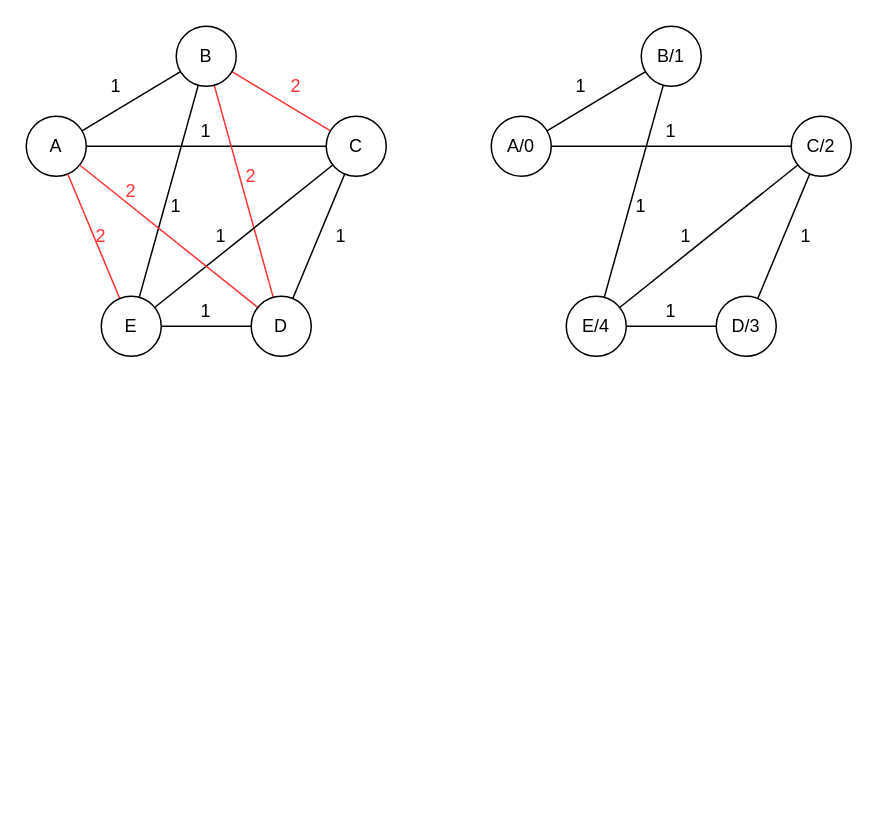
Above: schéma/graph.drawio in atarte/-Algorithmique_Avancee (draw.io), before the change. Source tidied: cells renumbered, new cells numbered last; positions are measured from the earlier drawing's top-left corner, leaving out a move shared by most shapes. Both pictures are drawn from the tidied source at 150%, with x=0, y=0 at pixel (26, 26).
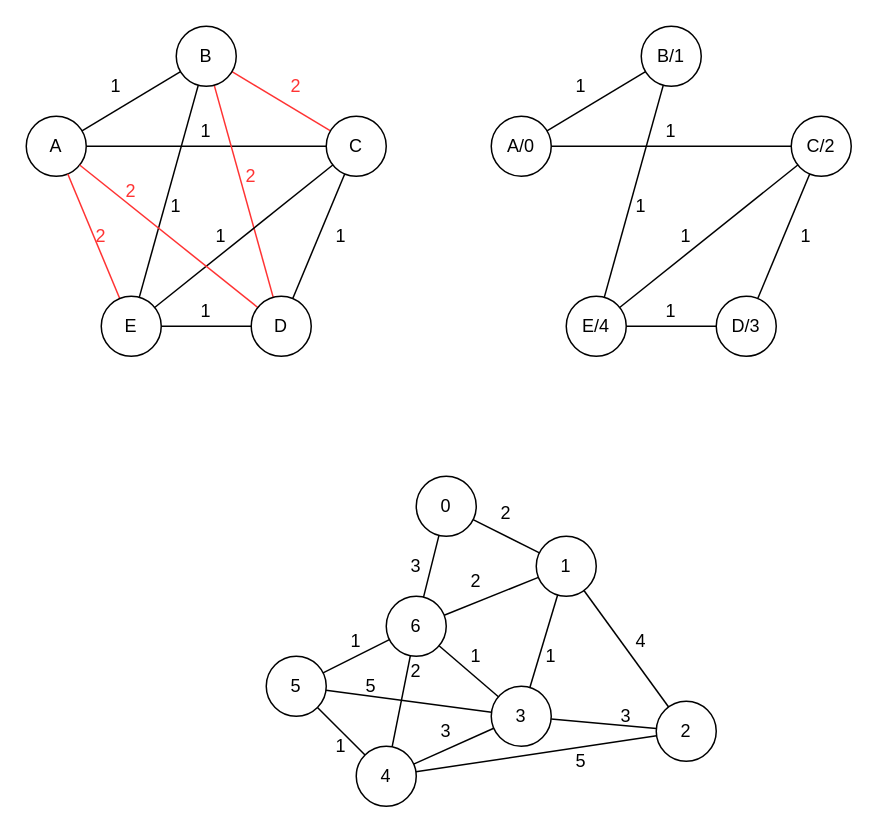
After the change.

What changed in the source:
```diff
@@
+    <mxCell id="44" style="edgeStyle=none;rounded=0;jettySize=auto;html=1;endArrow=none;endFill=0;" parent="1" edge="1" source="47" target="53">
+      <mxGeometry relative="1" as="geometry" />
+    </mxCell>
+    <mxCell id="45" style="edgeStyle=none;rounded=0;jettySize=auto;html=1;endArrow=none;endFill=0;" parent="1" edge="1" source="47" target="49">
+      <mxGeometry relative="1" as="geometry" />
+    </mxCell>
+    <mxCell id="46" style="edgeStyle=none;rounded=0;jettySize=auto;html=1;endArrow=none;endFill=0;" parent="1" edge="1" source="47" target="51">
+      <mxGeometry relative="1" as="geometry" />
+    </mxCell>
+    <mxCell id="47" value="6" style="ellipse;whiteSpace=wrap;html=1;" parent="1" vertex="1">
+      <mxGeometry x="240" y="380" width="40" height="40" as="geometry" />
+    </mxCell>
+    <mxCell id="48" style="edgeStyle=none;rounded=0;jettySize=auto;html=1;entryX=1;entryY=1;entryDx=0;entryDy=0;endArrow=none;endFill=0;" parent="1" edge="1" source="49" target="56">
+      <mxGeometry relative="1" as="geometry" />
+    </mxCell>
+    <mxCell id="49" value="4" style="ellipse;whiteSpace=wrap;html=1;" parent="1" vertex="1">
+      <mxGeometry x="220" y="480" width="40" height="40" as="geometry" />
+    </mxCell>
+    <mxCell id="50" style="edgeStyle=none;rounded=0;jettySize=auto;html=1;endArrow=none;endFill=0;" parent="1" edge="1" source="51" target="63">
+      <mxGeometry relative="1" as="geometry" />
+    </mxCell>
+    <mxCell id="51" value="1&lt;br&gt;" style="ellipse;whiteSpace=wrap;html=1;" parent="1" vertex="1">
+      <mxGeometry x="340" y="340" width="40" height="40" as="geometry" />
+    </mxCell>
+    <mxCell id="52" style="edgeStyle=none;rounded=0;jettySize=auto;html=1;endArrow=none;endFill=0;" parent="1" edge="1" source="53" target="51">
+      <mxGeometry relative="1" as="geometry" />
+    </mxCell>
+    <mxCell id="53" value="0" style="ellipse;whiteSpace=wrap;html=1;" parent="1" vertex="1">
+      <mxGeometry x="260" y="300" width="40" height="40" as="geometry" />
+    </mxCell>
+    <mxCell id="54" style="rounded=0;jettySize=auto;html=1;endArrow=none;endFill=0;" parent="1" edge="1" source="56" target="47">
+      <mxGeometry relative="1" as="geometry" />
+    </mxCell>
+    <mxCell id="55" style="edgeStyle=none;rounded=0;jettySize=auto;html=1;endArrow=none;endFill=0;" parent="1" edge="1" source="56" target="61">
+      <mxGeometry relative="1" as="geometry" />
+    </mxCell>
+    <mxCell id="56" value="5" style="ellipse;whiteSpace=wrap;html=1;" parent="1" vertex="1">
+      <mxGeometry x="160" y="420" width="40" height="40" as="geometry" />
+    </mxCell>
+    <mxCell id="57" style="edgeStyle=none;rounded=0;jettySize=auto;html=1;endArrow=none;endFill=0;" parent="1" edge="1" source="61" target="63">
+      <mxGeometry relative="1" as="geometry" />
+    </mxCell>
+    <mxCell id="58" style="edgeStyle=none;rounded=0;jettySize=auto;html=1;endArrow=none;endFill=0;" parent="1" edge="1" source="61" target="51">
+      <mxGeometry relative="1" as="geometry" />
+    </mxCell>
+    <mxCell id="59" style="edgeStyle=none;rounded=0;jettySize=auto;html=1;endArrow=none;endFill=0;" parent="1" edge="1" source="61" target="49">
+      <mxGeometry relative="1" as="geometry" />
+    </mxCell>
+    <mxCell id="60" style="edgeStyle=none;rounded=0;jettySize=auto;html=1;endArrow=none;endFill=0;" parent="1" edge="1" source="61" target="47">
+      <mxGeometry relative="1" as="geometry" />
+    </mxCell>
+    <mxCell id="61" value="3" style="ellipse;whiteSpace=wrap;html=1;" parent="1" vertex="1">
+      <mxGeometry x="310" y="440" width="40" height="40" as="geometry" />
+    </mxCell>
+    <mxCell id="62" style="edgeStyle=none;rounded=0;jettySize=auto;html=1;endArrow=none;endFill=0;" parent="1" edge="1" source="63" target="49">
+      <mxGeometry relative="1" as="geometry" />
+    </mxCell>
+    <mxCell id="63" value="2" style="ellipse;whiteSpace=wrap;html=1;" parent="1" vertex="1">
+      <mxGeometry x="420" y="450" width="40" height="40" as="geometry" />
+    </mxCell>
+    <mxCell id="64" value="2" style="text;html=1;strokeColor=none;fillColor=none;align=center;verticalAlign=middle;whiteSpace=wrap;rounded=0;" parent="1" vertex="1">
+      <mxGeometry x="300" y="315" width="40" height="20" as="geometry" />
+    </mxCell>
+    <mxCell id="65" value="4" style="text;html=1;strokeColor=none;fillColor=none;align=center;verticalAlign=middle;whiteSpace=wrap;rounded=0;" parent="1" vertex="1">
+      <mxGeometry x="390" y="400" width="40" height="20" as="geometry" />
+    </mxCell>
+    <mxCell id="66" value="1" style="text;html=1;strokeColor=none;fillColor=none;align=center;verticalAlign=middle;whiteSpace=wrap;rounded=0;" parent="1" vertex="1">
+      <mxGeometry x="330" y="410" width="40" height="20" as="geometry" />
+    </mxCell>
+    <mxCell id="67" value="3" style="text;html=1;strokeColor=none;fillColor=none;align=center;verticalAlign=middle;whiteSpace=wrap;rounded=0;" parent="1" vertex="1">
+      <mxGeometry x="380" y="450" width="40" height="20" as="geometry" />
+    </mxCell>
+    <mxCell id="68" value="5" style="text;html=1;strokeColor=none;fillColor=none;align=center;verticalAlign=middle;whiteSpace=wrap;rounded=0;" parent="1" vertex="1">
+      <mxGeometry x="350" y="480" width="40" height="20" as="geometry" />
+    </mxCell>
+    <mxCell id="69" value="3" style="text;html=1;strokeColor=none;fillColor=none;align=center;verticalAlign=middle;whiteSpace=wrap;rounded=0;" parent="1" vertex="1">
+      <mxGeometry x="260" y="460" width="40" height="20" as="geometry" />
+    </mxCell>
+    <mxCell id="70" value="1" style="text;html=1;strokeColor=none;fillColor=none;align=center;verticalAlign=middle;whiteSpace=wrap;rounded=0;" parent="1" vertex="1">
+      <mxGeometry x="200" y="400" width="40" height="20" as="geometry" />
+    </mxCell>
+    <mxCell id="71" value="1" style="text;html=1;strokeColor=none;fillColor=none;align=center;verticalAlign=middle;whiteSpace=wrap;rounded=0;" parent="1" vertex="1">
+      <mxGeometry x="190" y="470" width="40" height="20" as="geometry" />
+    </mxCell>
+    <mxCell id="72" value="5" style="text;html=1;strokeColor=none;fillColor=none;align=center;verticalAlign=middle;whiteSpace=wrap;rounded=0;" parent="1" vertex="1">
+      <mxGeometry x="210" y="430" width="40" height="20" as="geometry" />
+    </mxCell>
+    <mxCell id="73" value="2" style="text;html=1;strokeColor=none;fillColor=none;align=center;verticalAlign=middle;whiteSpace=wrap;rounded=0;" parent="1" vertex="1">
+      <mxGeometry x="240" y="420" width="40" height="20" as="geometry" />
+    </mxCell>
+    <mxCell id="74" value="1" style="text;html=1;strokeColor=none;fillColor=none;align=center;verticalAlign=middle;whiteSpace=wrap;rounded=0;" parent="1" vertex="1">
+      <mxGeometry x="280" y="410" width="40" height="20" as="geometry" />
+    </mxCell>
+    <mxCell id="75" value="2" style="text;html=1;strokeColor=none;fillColor=none;align=center;verticalAlign=middle;whiteSpace=wrap;rounded=0;" parent="1" vertex="1">
+      <mxGeometry x="280" y="360" width="40" height="20" as="geometry" />
+    </mxCell>
+    <mxCell id="76" value="3" style="text;html=1;strokeColor=none;fillColor=none;align=center;verticalAlign=middle;whiteSpace=wrap;rounded=0;" parent="1" vertex="1">
+      <mxGeometry x="240" y="350" width="40" height="20" as="geometry" />
+    </mxCell>
```
